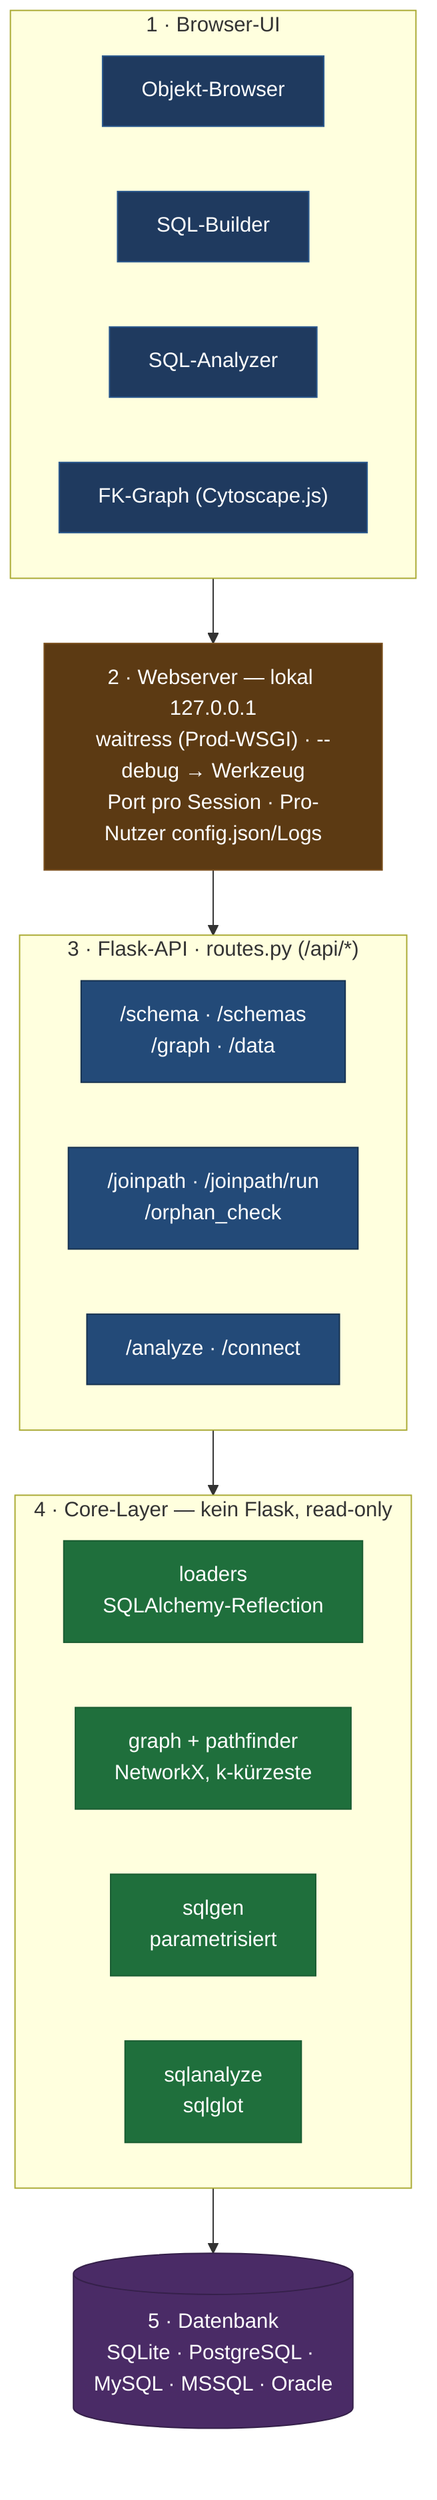
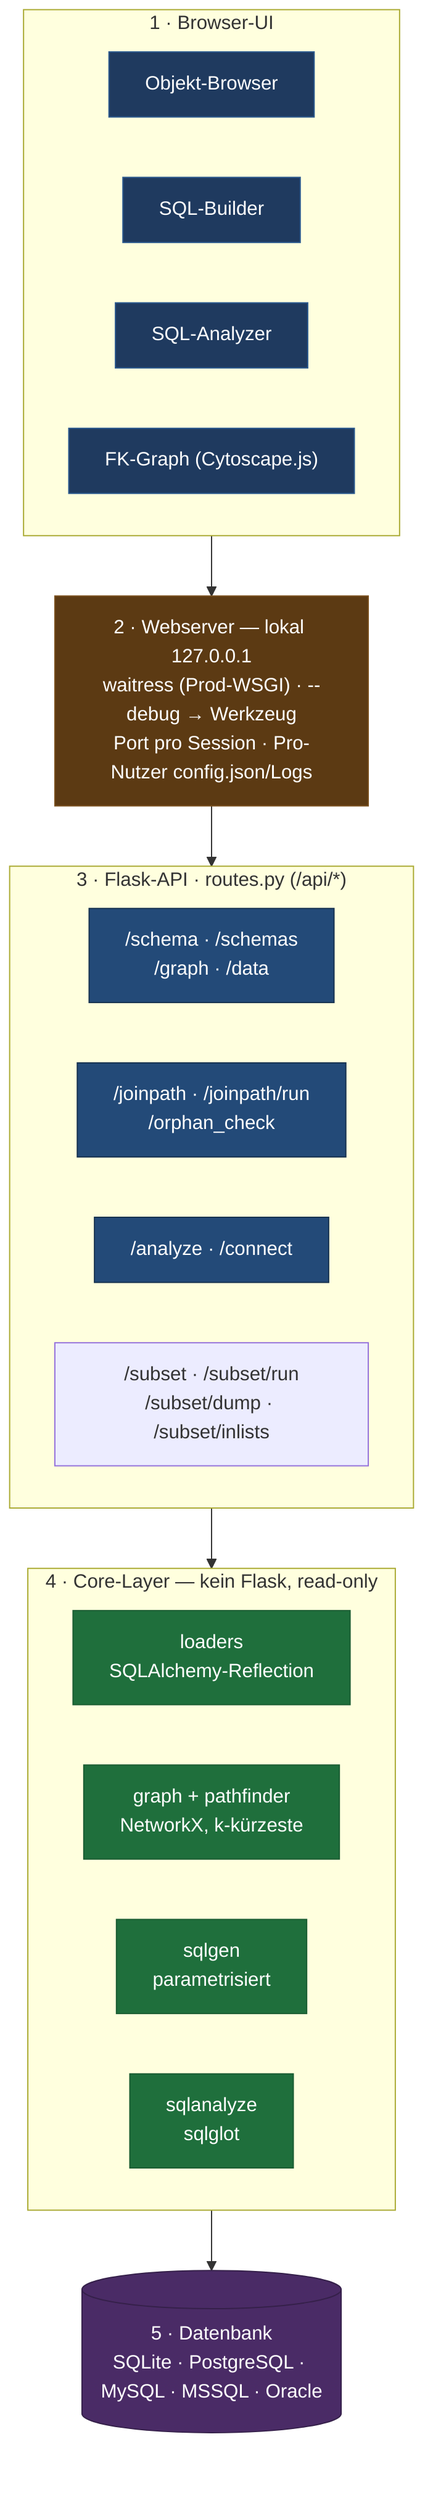
graph TB
    classDef ui   fill:#1f3a5f,color:#fff,stroke:#2c5a8f,stroke-width:1px
    classDef srv  fill:#5c3a13,color:#fff,stroke:#7a4f1d,stroke-width:1px
    classDef api  fill:#234a78,color:#fff,stroke:#16314f,stroke-width:1px
    classDef core fill:#1f6f3c,color:#fff,stroke:#1a5c32,stroke-width:1px
    classDef db   fill:#4a2b66,color:#fff,stroke:#35204a,stroke-width:1px

    subgraph L1["1 · Browser-UI"]
        direction LR
        OB["Objekt-Browser"]
        JB["SQL-Builder"]
        AN["SQL-Analyzer"]
        GR["FK-Graph (Cytoscape.js)"]
    end

    WS["2 · Webserver — lokal 127.0.0.1\nwaitress (Prod-WSGI) · --debug → Werkzeug\nPort pro Session · Pro-Nutzer config.json/Logs"]

    subgraph L3["3 · Flask-API · routes.py (/api/*)"]
        direction LR
        A1["/schema · /schemas\n/graph · /data"]
        A2["/joinpath · /joinpath/run\n/orphan_check"]
        A3["/analyze · /connect"]
+         A4["/subset · /subset/run\n/subset/dump · /subset/inlists"]
    end

    subgraph L4["4 · Core-Layer — kein Flask, read-only"]
        direction LR
        C1["loaders\nSQLAlchemy-Reflection"]
        C2["graph + pathfinder\nNetworkX, k-kürzeste"]
        C3["sqlgen\nparametrisiert"]
        C4["sqlanalyze\nsqlglot"]
    end

    DB[("5 · Datenbank\nSQLite · PostgreSQL · MySQL · MSSQL · Oracle")]

    L1 --> WS
    WS --> L3
    L3 --> L4
    L4 --> DB

    class OB,JB,AN,GR ui
    class WS srv
    class A1,A2,A3 api
    class C1,C2,C3,C4 core
    class DB db
